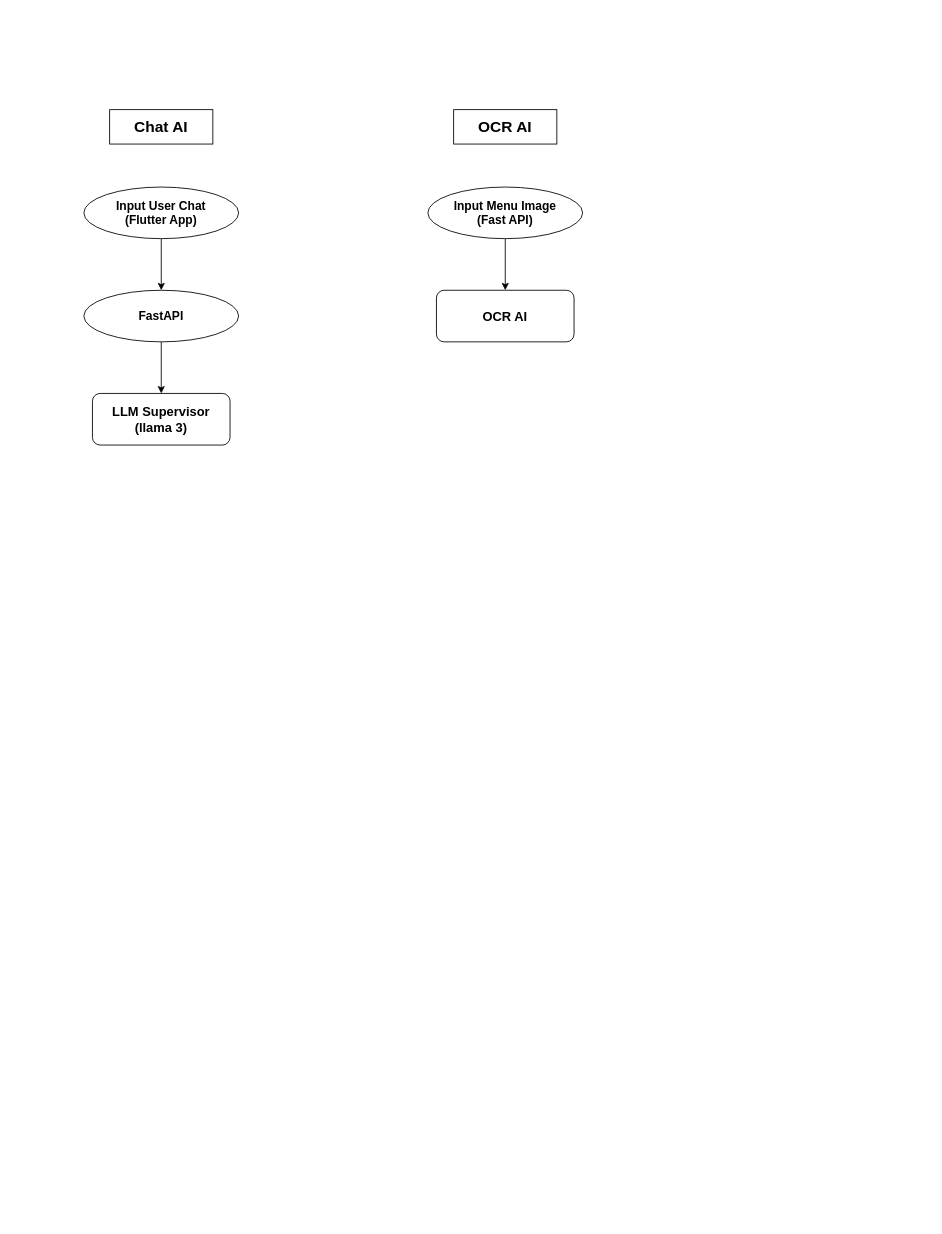
Above: flow_chart(LLM).drawio in kr-MATAGI/Flutter-App (draw.io), before the change. Source tidied: cells renumbered, new cells numbered last; positions are measured from the earlier drawing's top-left corner, leaving out a move shared by most shapes. Both pictures are drawn from the tidied source at 86%, with x=0, y=0 at pixel (83, 109).
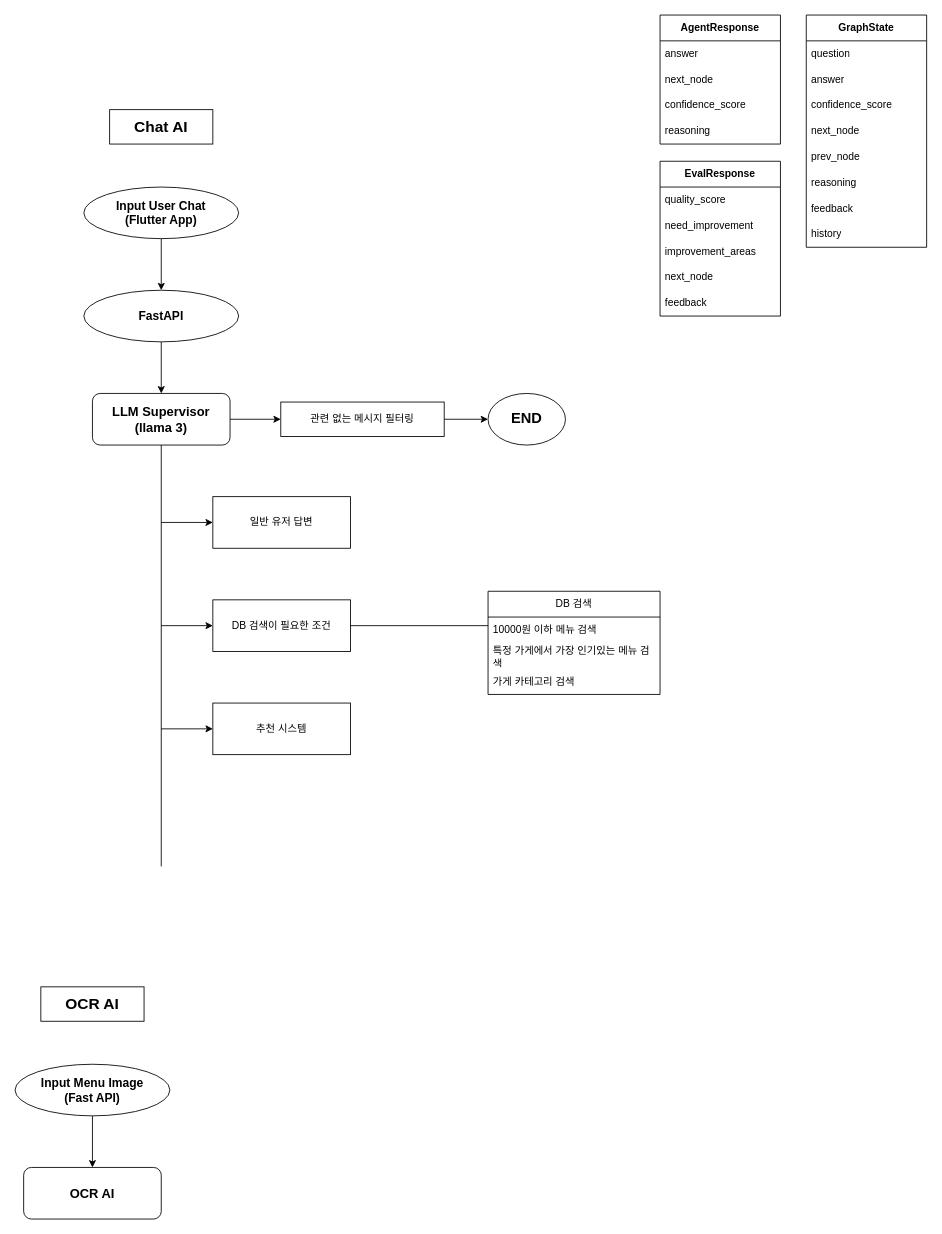
The same diagram, later.

Unchanged cells that the change refers to:
```xml
<mxCell id="7" value="LLM Supervisor&lt;div&gt;(llama 3)&lt;/div&gt;" style="rounded=1;whiteSpace=wrap;html=1;fontStyle=1;fontSize=15;" parent="1" vertex="1">
  <mxGeometry x="10" y="330" width="160" height="60" as="geometry" />
</mxCell>
```

Diff of the diagram source:
```diff
@@
+    <mxCell id="12" style="edgeStyle=orthogonalEdgeStyle;rounded=0;jettySize=auto;html=1;entryX=0;entryY=0.5;entryDx=0;entryDy=0;" parent="1" edge="1" source="7" target="17">
+      <mxGeometry relative="1" as="geometry" />
+    </mxCell>
@@
     <mxCell id="8" value="OCR AI" style="rounded=0;whiteSpace=wrap;html=1;fontSize=18;fontStyle=1;" parent="1" vertex="1">
-      <mxGeometry x="430" width="120" height="40" as="geometry" />
+      <mxGeometry x="-50" y="1020" width="120" height="40" as="geometry" />
     </mxCell>
@@
     <mxCell id="10" value="Input Menu Image&lt;div&gt;(Fast API)&lt;/div&gt;" style="ellipse;whiteSpace=wrap;html=1;fontStyle=1;fontSize=14;" parent="1" vertex="1">
-      <mxGeometry x="400" y="90" width="180" height="60" as="geometry" />
+      <mxGeometry x="-80" y="1110" width="180" height="60" as="geometry" />
     </mxCell>
     <mxCell id="11" value="OCR AI" style="rounded=1;whiteSpace=wrap;html=1;fontStyle=1;fontSize=15;" parent="1" vertex="1">
-      <mxGeometry x="410" y="210" width="160" height="60" as="geometry" />
+      <mxGeometry x="-70" y="1230" width="160" height="60" as="geometry" />
     </mxCell>
+    <mxCell id="13" style="endArrow=none;html=1;rounded=0;entryX=0.5;entryY=1;entryDx=0;entryDy=0;" parent="1" edge="1" target="7">
+      <mxGeometry relative="1" as="geometry">
+        <mxPoint x="90" y="880" as="sourcePoint" />
+      </mxGeometry>
+    </mxCell>
+    <mxCell id="14" value="일반 유저 답변" style="rounded=0;whiteSpace=wrap;html=1;" parent="1" vertex="1">
+      <mxGeometry x="150" y="450" width="160" height="60" as="geometry" />
+    </mxCell>
+    <mxCell id="15" style="endArrow=classic;html=1;rounded=0;entryX=0;entryY=0.5;entryDx=0;entryDy=0;" parent="1" edge="1" target="14">
+      <mxGeometry relative="1" as="geometry">
+        <mxPoint x="90" y="480" as="sourcePoint" />
+      </mxGeometry>
+    </mxCell>
+    <mxCell id="16" style="edgeStyle=orthogonalEdgeStyle;rounded=0;jettySize=auto;html=1;entryX=0;entryY=0.5;entryDx=0;entryDy=0;" parent="1" edge="1" source="17" target="18">
+      <mxGeometry relative="1" as="geometry" />
+    </mxCell>
+    <mxCell id="17" value="관련 없는 메시지 필터링" style="rounded=0;whiteSpace=wrap;html=1;" parent="1" vertex="1">
+      <mxGeometry x="229" y="340" width="190" height="40" as="geometry" />
+    </mxCell>
+    <mxCell id="18" value="END" style="ellipse;whiteSpace=wrap;html=1;fontStyle=1;fontSize=17;" parent="1" vertex="1">
+      <mxGeometry x="470" y="330" width="90" height="60" as="geometry" />
+    </mxCell>
+    <mxCell id="19" value="DB 검색이 필요한 조건" style="rounded=0;whiteSpace=wrap;html=1;" parent="1" vertex="1">
+      <mxGeometry x="150" y="570" width="160" height="60" as="geometry" />
+    </mxCell>
+    <mxCell id="20" style="endArrow=classic;html=1;rounded=0;entryX=0;entryY=0.5;entryDx=0;entryDy=0;" parent="1" edge="1" target="19">
+      <mxGeometry relative="1" as="geometry">
+        <mxPoint x="90" y="600" as="sourcePoint" />
+      </mxGeometry>
+    </mxCell>
+    <mxCell id="21" value="추천 시스템" style="rounded=0;whiteSpace=wrap;html=1;" parent="1" vertex="1">
+      <mxGeometry x="150" y="690" width="160" height="60" as="geometry" />
+    </mxCell>
+    <mxCell id="22" style="endArrow=classic;html=1;rounded=0;entryX=0;entryY=0.5;entryDx=0;entryDy=0;" parent="1" edge="1" target="21">
+      <mxGeometry relative="1" as="geometry">
+        <mxPoint x="90" y="720" as="sourcePoint" />
+      </mxGeometry>
+    </mxCell>
+    <mxCell id="23" style="endArrow=none;html=1;rounded=0;exitX=1;exitY=0.5;exitDx=0;exitDy=0;" parent="1" edge="1" source="19">
+      <mxGeometry relative="1" as="geometry">
+        <mxPoint x="470" y="600" as="targetPoint" />
+      </mxGeometry>
+    </mxCell>
+    <mxCell id="24" value="DB 검색" style="swimlane;fontStyle=0;horizontal=1;startSize=30;whiteSpace=wrap;html=1;" parent="1" vertex="1">
+      <mxGeometry x="470" y="560" width="200" height="120" as="geometry" />
+    </mxCell>
+    <mxCell id="25" value="10000원 이하 메뉴 검색" style="text;strokeColor=none;fillColor=none;align=left;verticalAlign=middle;spacingLeft=4;spacingRight=4;overflow=hidden;whiteSpace=wrap;html=1;" parent="24" vertex="1">
+      <mxGeometry y="30" width="200" height="30" as="geometry" />
+    </mxCell>
+    <mxCell id="26" value="특정 가게에서 가장 인기있는 메뉴 검색" style="text;strokeColor=none;fillColor=none;align=left;verticalAlign=middle;spacingLeft=4;spacingRight=4;overflow=hidden;whiteSpace=wrap;html=1;" parent="24" vertex="1">
+      <mxGeometry y="60" width="200" height="30" as="geometry" />
+    </mxCell>
+    <mxCell id="27" value="가게 카테고리 검색" style="text;strokeColor=none;fillColor=none;align=left;verticalAlign=middle;spacingLeft=4;spacingRight=4;overflow=hidden;whiteSpace=wrap;html=1;" parent="24" vertex="1">
+      <mxGeometry y="90" width="200" height="30" as="geometry" />
+    </mxCell>
+    <mxCell id="28" value="&lt;b&gt;AgentResponse&lt;/b&gt;" style="swimlane;fontStyle=0;horizontal=1;startSize=30;whiteSpace=wrap;html=1;" parent="1" vertex="1">
+      <mxGeometry x="670" y="-110" width="140" height="150" as="geometry" />
+    </mxCell>
+    <mxCell id="29" value="answer" style="text;strokeColor=none;fillColor=none;align=left;verticalAlign=middle;spacingLeft=4;spacingRight=4;overflow=hidden;whiteSpace=wrap;html=1;" parent="28" vertex="1">
+      <mxGeometry y="30" width="140" height="30" as="geometry" />
+    </mxCell>
+    <mxCell id="30" value="next_node" style="text;strokeColor=none;fillColor=none;align=left;verticalAlign=middle;spacingLeft=4;spacingRight=4;overflow=hidden;whiteSpace=wrap;html=1;" parent="28" vertex="1">
+      <mxGeometry y="60" width="140" height="30" as="geometry" />
+    </mxCell>
+    <mxCell id="31" value="confidence_score" style="text;strokeColor=none;fillColor=none;align=left;verticalAlign=middle;spacingLeft=4;spacingRight=4;overflow=hidden;whiteSpace=wrap;html=1;" parent="28" vertex="1">
+      <mxGeometry y="90" width="140" height="30" as="geometry" />
+    </mxCell>
+    <mxCell id="32" value="reasoning" style="text;strokeColor=none;fillColor=none;align=left;verticalAlign=middle;spacingLeft=4;spacingRight=4;overflow=hidden;whiteSpace=wrap;html=1;" parent="28" vertex="1">
+      <mxGeometry y="120" width="140" height="30" as="geometry" />
+    </mxCell>
+    <mxCell id="33" value="&lt;b&gt;EvalResponse&lt;/b&gt;" style="swimlane;fontStyle=0;horizontal=1;startSize=30;whiteSpace=wrap;html=1;" parent="1" vertex="1">
+      <mxGeometry x="670" y="60" width="140" height="180" as="geometry" />
+    </mxCell>
+    <mxCell id="34" value="quality_score" style="text;strokeColor=none;fillColor=none;align=left;verticalAlign=middle;spacingLeft=4;spacingRight=4;overflow=hidden;whiteSpace=wrap;html=1;" parent="33" vertex="1">
+      <mxGeometry y="30" width="140" height="30" as="geometry" />
+    </mxCell>
+    <mxCell id="35" value="need_improvement" style="text;strokeColor=none;fillColor=none;align=left;verticalAlign=middle;spacingLeft=4;spacingRight=4;overflow=hidden;whiteSpace=wrap;html=1;" parent="33" vertex="1">
+      <mxGeometry y="60" width="140" height="30" as="geometry" />
+    </mxCell>
+    <mxCell id="36" value="improvement_areas" style="text;strokeColor=none;fillColor=none;align=left;verticalAlign=middle;spacingLeft=4;spacingRight=4;overflow=hidden;whiteSpace=wrap;html=1;" parent="33" vertex="1">
+      <mxGeometry y="90" width="140" height="30" as="geometry" />
+    </mxCell>
+    <mxCell id="37" value="next_node" style="text;strokeColor=none;fillColor=none;align=left;verticalAlign=middle;spacingLeft=4;spacingRight=4;overflow=hidden;whiteSpace=wrap;html=1;" parent="33" vertex="1">
+      <mxGeometry y="120" width="140" height="30" as="geometry" />
+    </mxCell>
+    <mxCell id="38" value="feedback" style="text;strokeColor=none;fillColor=none;align=left;verticalAlign=middle;spacingLeft=4;spacingRight=4;overflow=hidden;whiteSpace=wrap;html=1;" parent="33" vertex="1">
+      <mxGeometry y="150" width="140" height="30" as="geometry" />
+    </mxCell>
+    <mxCell id="39" value="&lt;b&gt;GraphState&lt;/b&gt;" style="swimlane;fontStyle=0;horizontal=1;startSize=30;whiteSpace=wrap;html=1;" parent="1" vertex="1">
+      <mxGeometry x="840" y="-110" width="140" height="270" as="geometry" />
+    </mxCell>
+    <mxCell id="40" value="question" style="text;strokeColor=none;fillColor=none;align=left;verticalAlign=middle;spacingLeft=4;spacingRight=4;overflow=hidden;whiteSpace=wrap;html=1;" parent="39" vertex="1">
+      <mxGeometry y="30" width="140" height="30" as="geometry" />
+    </mxCell>
+    <mxCell id="41" value="answer" style="text;strokeColor=none;fillColor=none;align=left;verticalAlign=middle;spacingLeft=4;spacingRight=4;overflow=hidden;whiteSpace=wrap;html=1;" parent="39" vertex="1">
+      <mxGeometry y="60" width="140" height="30" as="geometry" />
+    </mxCell>
+    <mxCell id="42" value="confidence_score" style="text;strokeColor=none;fillColor=none;align=left;verticalAlign=middle;spacingLeft=4;spacingRight=4;overflow=hidden;whiteSpace=wrap;html=1;" parent="39" vertex="1">
+      <mxGeometry y="90" width="140" height="30" as="geometry" />
+    </mxCell>
+    <mxCell id="43" value="next_node" style="text;strokeColor=none;fillColor=none;align=left;verticalAlign=middle;spacingLeft=4;spacingRight=4;overflow=hidden;whiteSpace=wrap;html=1;" parent="39" vertex="1">
+      <mxGeometry y="120" width="140" height="30" as="geometry" />
+    </mxCell>
+    <mxCell id="44" value="prev_node" style="text;strokeColor=none;fillColor=none;align=left;verticalAlign=middle;spacingLeft=4;spacingRight=4;overflow=hidden;whiteSpace=wrap;html=1;" parent="39" vertex="1">
+      <mxGeometry y="150" width="140" height="30" as="geometry" />
+    </mxCell>
+    <mxCell id="45" value="reasoning" style="text;strokeColor=none;fillColor=none;align=left;verticalAlign=middle;spacingLeft=4;spacingRight=4;overflow=hidden;whiteSpace=wrap;html=1;" parent="39" vertex="1">
+      <mxGeometry y="180" width="140" height="30" as="geometry" />
+    </mxCell>
+    <mxCell id="46" value="feedback" style="text;strokeColor=none;fillColor=none;align=left;verticalAlign=middle;spacingLeft=4;spacingRight=4;overflow=hidden;whiteSpace=wrap;html=1;" parent="39" vertex="1">
+      <mxGeometry y="210" width="140" height="30" as="geometry" />
+    </mxCell>
+    <mxCell id="47" value="history" style="text;strokeColor=none;fillColor=none;align=left;verticalAlign=middle;spacingLeft=4;spacingRight=4;overflow=hidden;whiteSpace=wrap;html=1;" parent="39" vertex="1">
+      <mxGeometry y="240" width="140" height="30" as="geometry" />
+    </mxCell>
```
